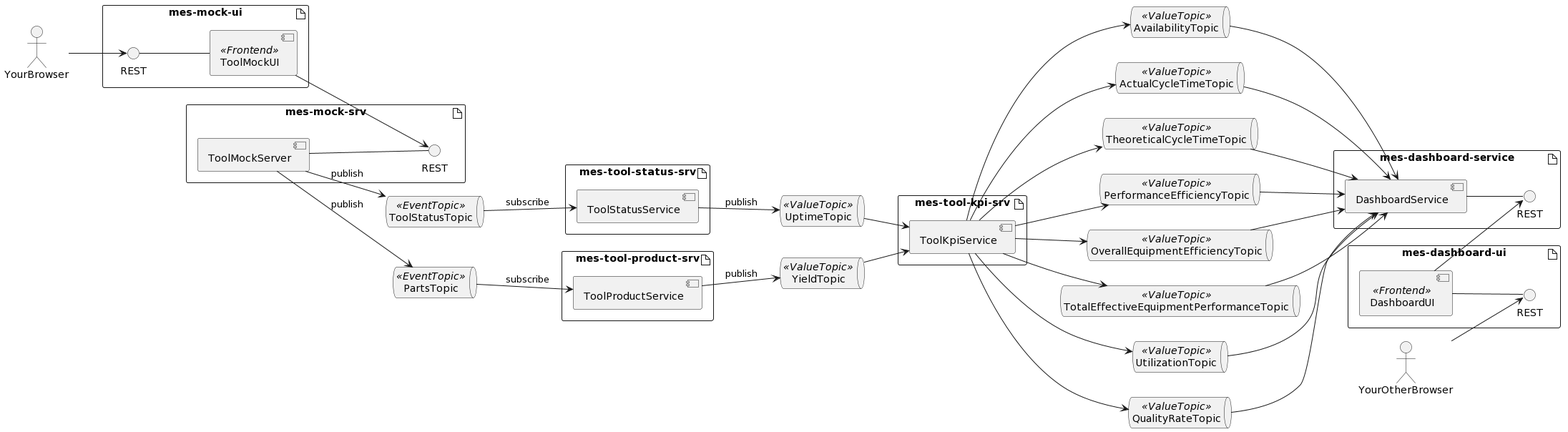
This is doc/mes-deploy.png from onouv/mes-tool-mock-srv, a PlantUML export, as it was before one commit. The source it was exported from:
```plantuml
@startuml
left to right direction

artifact "mes-mock-ui" {
    component ToolMockUI <<Frontend>>
    interface REST as rest1
}

artifact "mes-mock-srv" {
    component ToolMockServer
    interface REST as rest2
    ToolMockServer -- rest2
}
actor YourBrowser

queue ToolStatusTopic <<EventTopic>>
queue PartsTopic <<EventTopic>>
queue UptimeTopic <<ValueTopic>>
queue YieldTopic <<ValueTopic>>

artifact "mes-tool-status-srv" {
    component ToolStatusService
}

artifact "mes-tool-product-srv" {
    component ToolProductService
}

artifact "mes-tool-kpi-srv" {
    component ToolKpiService
}

artifact "mes-dashboard-service" {
    component DashboardService
    interface REST as rest3
    DashboardService -- rest3
}

artifact "mes-dashboard-ui" {
    component DashboardUI <<Frontend>>
    interface REST as rest4
    DashboardUI -- rest4
}

actor YourOtherBrowser

queue AvailabilityTopic <<ValueTopic>>
queue ActualCycleTimeTopic <<ValueTopic>>
queue TheoreticalCycleTimeTopic <<ValueTopic>>
queue PerformanceEfficiencyTopic <<ValueTopic>>
queue OverallEquipmentEfficiencyTopic <<ValueTopic>>
queue TotalEffectiveEquipmentPerformanceTopic <<ValueTopic>>
queue UtilizationTopic <<ValueTopic>>
queue QualityRateTopic <<ValueTopic>>

YourBrowser --> rest1
ToolMockUI -u- rest1
ToolMockUI --> rest2

ToolMockServer --> ToolStatusTopic: publish
ToolMockServer --> PartsTopic: publish

ToolProductService --> YieldTopic: publish
PartsTopic --> ToolProductService: subscribe

ToolStatusService --> UptimeTopic: publish
ToolStatusTopic --> ToolStatusService: subscribe

UptimeTopic --> ToolKpiService
YieldTopic --> ToolKpiService

ToolKpiService --> AvailabilityTopic
ToolKpiService --> ActualCycleTimeTopic
ToolKpiService --> TheoreticalCycleTimeTopic
ToolKpiService --> PerformanceEfficiencyTopic
ToolKpiService --> OverallEquipmentEfficiencyTopic
ToolKpiService --> TotalEffectiveEquipmentPerformanceTopic
ToolKpiService --> UtilizationTopic
ToolKpiService --> QualityRateTopic

AvailabilityTopic --> DashboardService
ActualCycleTimeTopic --> DashboardService
TheoreticalCycleTimeTopic --> DashboardService
PerformanceEfficiencyTopic --> DashboardService
OverallEquipmentEfficiencyTopic --> DashboardService
TotalEffectiveEquipmentPerformanceTopic --> DashboardService
UtilizationTopic --> DashboardService
QualityRateTopic --> DashboardService

DashboardUI --> rest3
YourOtherBrowser --> rest4
@enduml
```
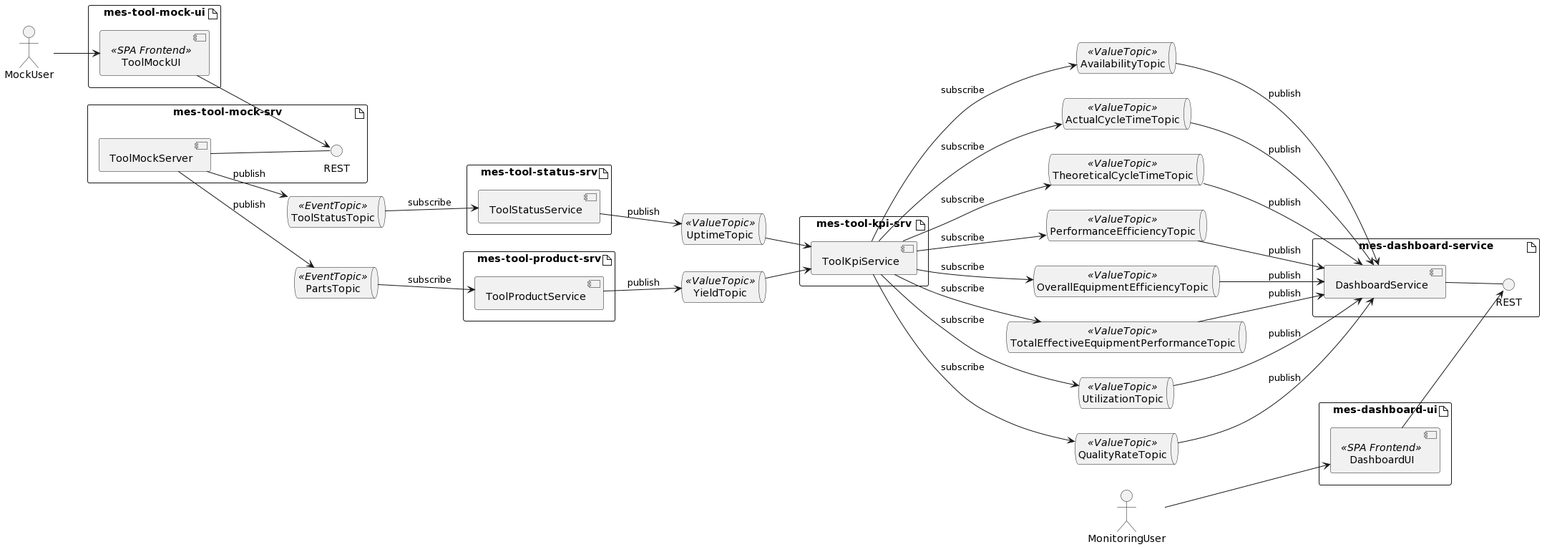
Above is the later version.

Commit message:
Update README (UML deployment diagram).

The edit, as a diff of the source:
```diff
@@ -1,17 +1,18 @@
 @startuml
 left to right direction
 
-artifact "mes-mock-ui" {
-    component ToolMockUI <<Frontend>>
-    interface REST as rest1
+artifact "mes-tool-mock-ui" {
+    component ToolMockUI <<SPA Frontend>>
+
 }
 
-artifact "mes-mock-srv" {
+artifact "mes-tool-mock-srv" {
     component ToolMockServer
     interface REST as rest2
     ToolMockServer -- rest2
 }
-actor YourBrowser
+
+actor MockUser
 
 queue ToolStatusTopic <<EventTopic>>
 queue PartsTopic <<EventTopic>>
@@ -32,17 +33,16 @@
 
 artifact "mes-dashboard-service" {
     component DashboardService
+
     interface REST as rest3
     DashboardService -- rest3
 }
 
 artifact "mes-dashboard-ui" {
-    component DashboardUI <<Frontend>>
-    interface REST as rest4
-    DashboardUI -- rest4
+    component DashboardUI <<SPA Frontend>>
 }
 
-actor YourOtherBrowser
+actor MonitoringUser
 
 queue AvailabilityTopic <<ValueTopic>>
 queue ActualCycleTimeTopic <<ValueTopic>>
@@ -53,8 +53,7 @@
 queue UtilizationTopic <<ValueTopic>>
 queue QualityRateTopic <<ValueTopic>>
 
-YourBrowser --> rest1
-ToolMockUI -u- rest1
+MockUser --> ToolMockUI
 ToolMockUI --> rest2
 
 ToolMockServer --> ToolStatusTopic: publish
@@ -69,24 +68,24 @@
 UptimeTopic --> ToolKpiService
 YieldTopic --> ToolKpiService
 
-ToolKpiService --> AvailabilityTopic
-ToolKpiService --> ActualCycleTimeTopic
-ToolKpiService --> TheoreticalCycleTimeTopic
-ToolKpiService --> PerformanceEfficiencyTopic
-ToolKpiService --> OverallEquipmentEfficiencyTopic
-ToolKpiService --> TotalEffectiveEquipmentPerformanceTopic
-ToolKpiService --> UtilizationTopic
-ToolKpiService --> QualityRateTopic
+ToolKpiService --> AvailabilityTopic: subscribe
+ToolKpiService --> ActualCycleTimeTopic: subscribe
+ToolKpiService --> TheoreticalCycleTimeTopic: subscribe
+ToolKpiService --> PerformanceEfficiencyTopic: subscribe
+ToolKpiService --> OverallEquipmentEfficiencyTopic: subscribe
+ToolKpiService --> TotalEffectiveEquipmentPerformanceTopic: subscribe
+ToolKpiService --> UtilizationTopic: subscribe
+ToolKpiService --> QualityRateTopic: subscribe
 
-AvailabilityTopic --> DashboardService
-ActualCycleTimeTopic --> DashboardService
-TheoreticalCycleTimeTopic --> DashboardService
-PerformanceEfficiencyTopic --> DashboardService
-OverallEquipmentEfficiencyTopic --> DashboardService
-TotalEffectiveEquipmentPerformanceTopic --> DashboardService
-UtilizationTopic --> DashboardService
-QualityRateTopic --> DashboardService
+AvailabilityTopic --> DashboardService: publish
+ActualCycleTimeTopic --> DashboardService: publish
+TheoreticalCycleTimeTopic --> DashboardService: publish
+PerformanceEfficiencyTopic --> DashboardService: publish
+OverallEquipmentEfficiencyTopic --> DashboardService: publish
+TotalEffectiveEquipmentPerformanceTopic --> DashboardService: publish
+UtilizationTopic --> DashboardService: publish
+QualityRateTopic --> DashboardService: publish
 
 DashboardUI --> rest3
-YourOtherBrowser --> rest4
+MonitoringUser --> DashboardUI
 @enduml
```
